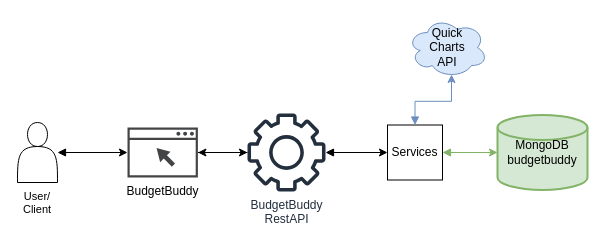
Above: HighLevel.drawio in TrevorHenry05/BudgetBuddyAPI (draw.io), before the change. Source tidied: cells renumbered, new cells numbered last; positions are measured from the earlier drawing's top-left corner, leaving out a move shared by most shapes. Both pictures are drawn from the tidied source at 100%, with x=0, y=0 at pixel (17, 17).
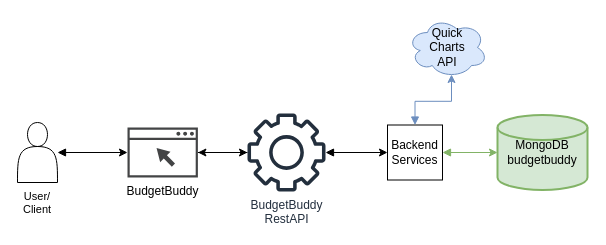
After the change.

Diff of the diagram source:
```diff
@@
 <mxGraphModel>
   <root>
     <mxCell id="0" />
     <mxCell id="1" parent="0" />
     <mxCell id="2" style="edgeStyle=orthogonalEdgeStyle;rounded=0;jettySize=auto;html=1;" parent="1" edge="1" source="3" target="6">
       <mxGeometry relative="1" as="geometry" />
     </mxCell>
     <mxCell id="3" value="BudgetBuddy&lt;div&gt;&lt;br&gt;&lt;/div&gt;" style="sketch=0;shadow=0;dashed=0;html=1;strokeColor=none;fillColor=#434445;labelPosition=center;verticalLabelPosition=bottom;verticalAlign=top;align=center;outlineConnect=0;shape=mxgraph.vvd.web_browser;" parent="1" vertex="1">
       <mxGeometry x="110" y="110" width="70.4" height="50" as="geometry" />
     </mxCell>
     <mxCell id="4" style="edgeStyle=orthogonalEdgeStyle;rounded=0;jettySize=auto;html=1;" parent="1" edge="1" source="6" target="3">
       <mxGeometry relative="1" as="geometry" />
     </mxCell>
     <mxCell id="5" style="edgeStyle=orthogonalEdgeStyle;rounded=0;jettySize=auto;html=1;entryX=0;entryY=0.5;entryDx=0;entryDy=0;startArrow=block;startFill=1;" parent="1" edge="1" source="6" target="11">
       <mxGeometry relative="1" as="geometry" />
     </mxCell>
     <mxCell id="6" value="BudgetBuddy&lt;div&gt;RestAPI&lt;/div&gt;" style="sketch=0;outlineConnect=0;fontColor=#232F3E;gradientColor=none;fillColor=#232F3D;strokeColor=none;dashed=0;verticalLabelPosition=bottom;verticalAlign=top;align=center;html=1;fontSize=12;fontStyle=0;shape=mxgraph.aws4.gear;" parent="1" vertex="1">
       <mxGeometry x="230" y="96" width="78" height="78" as="geometry" />
     </mxCell>
     <mxCell id="7" value="MongoDB&lt;div&gt;budgetbuddy&lt;/div&gt;" style="strokeWidth=2;html=1;shape=mxgraph.flowchart.database;whiteSpace=wrap;fillColor=#d5e8d4;strokeColor=#82b366;" parent="1" vertex="1">
       <mxGeometry x="480" y="97.5" width="90" height="75" as="geometry" />
     </mxCell>
     <mxCell id="8" value="Quick&lt;div&gt;Charts&lt;/div&gt;&lt;div&gt;API&lt;/div&gt;" style="ellipse;shape=cloud;whiteSpace=wrap;html=1;fillColor=#dae8fc;strokeColor=#6c8ebf;" parent="1" vertex="1">
       <mxGeometry x="390" width="80" height="60" as="geometry" />
     </mxCell>
     <mxCell id="9" style="edgeStyle=orthogonalEdgeStyle;rounded=0;jettySize=auto;html=1;startArrow=block;startFill=1;" parent="1" edge="1" source="10" target="3">
       <mxGeometry relative="1" as="geometry" />
     </mxCell>
     <mxCell id="10" value="&lt;font style=&quot;font-size: 11px;&quot;&gt;User/&lt;/font&gt;&lt;div style=&quot;font-size: 11px;&quot;&gt;&lt;font style=&quot;font-size: 11px;&quot;&gt;Client&lt;/font&gt;&lt;/div&gt;" style="shape=actor;whiteSpace=wrap;html=1;labelPosition=center;verticalLabelPosition=bottom;align=center;verticalAlign=top;" parent="1" vertex="1">
       <mxGeometry y="105" width="40" height="60" as="geometry" />
     </mxCell>
-    <mxCell id="11" value="Services" style="whiteSpace=wrap;html=1;" parent="1" vertex="1">
+    <mxCell id="11" value="&lt;div&gt;Backend&lt;/div&gt;Services" style="whiteSpace=wrap;html=1;" parent="1" vertex="1">
       <mxGeometry x="370" y="107.5" width="55" height="55" as="geometry" />
     </mxCell>
     <mxCell id="12" style="edgeStyle=orthogonalEdgeStyle;rounded=0;jettySize=auto;html=1;exitX=0.5;exitY=0;exitDx=0;exitDy=0;entryX=0.55;entryY=0.95;entryDx=0;entryDy=0;entryPerimeter=0;startArrow=block;startFill=1;fillColor=#dae8fc;strokeColor=#6c8ebf;" parent="1" edge="1" source="11" target="8">
       <mxGeometry relative="1" as="geometry" />
     </mxCell>
     <mxCell id="13" style="edgeStyle=orthogonalEdgeStyle;rounded=0;jettySize=auto;html=1;exitX=1;exitY=0.5;exitDx=0;exitDy=0;entryX=0;entryY=0.5;entryDx=0;entryDy=0;entryPerimeter=0;startArrow=block;startFill=1;fillColor=#d5e8d4;strokeColor=#82b366;" parent="1" edge="1" source="11" target="7">
       <mxGeometry relative="1" as="geometry" />
     </mxCell>
   </root>
 </mxGraphModel>
```
